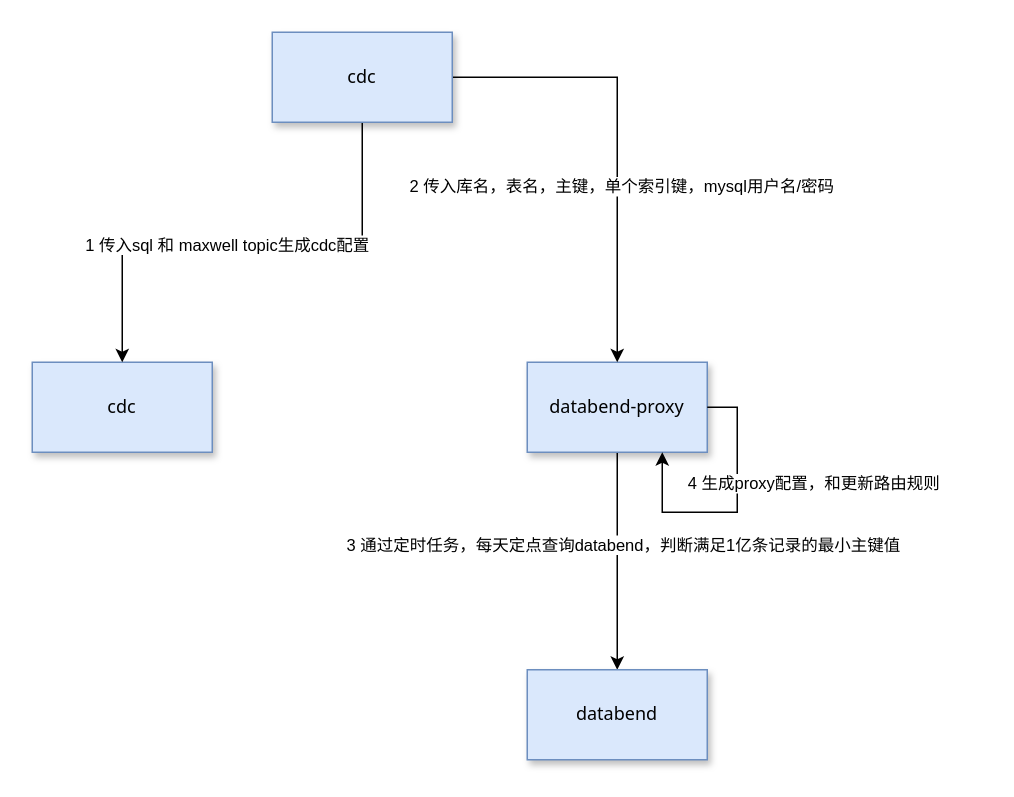
jackjoesh/databend keeps this draw.io diagram as doc/databend-mysql缓存实现设计.drawio. Above is the earlier version. Source tidied: cells renumbered, new cells numbered last; positions are measured from the earlier drawing's top-left corner, leaving out a move shared by most shapes. Both pictures are drawn from the tidied source at 150%, with x=0, y=0 at pixel (32, 32).
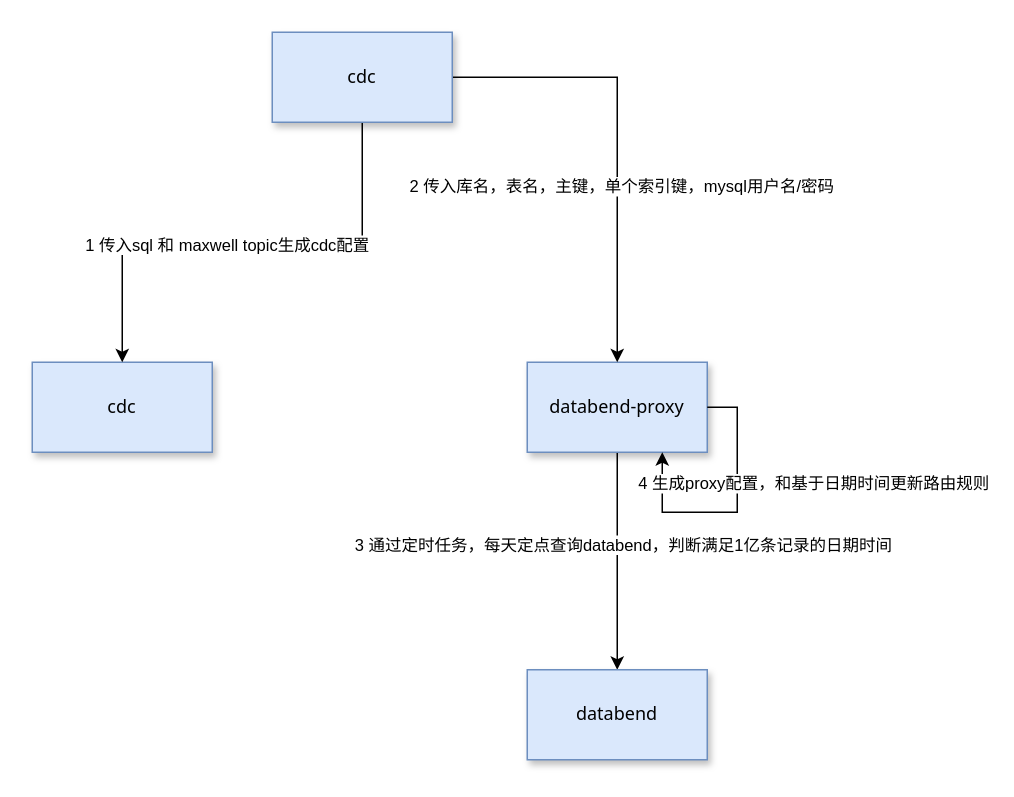
Above is the later version.

Commit message (it also covers changes not shown here):
更新databend-mysql缓存实现设计.drawio

The edit, as a diff of the source:
```diff
@@
 <mxGraphModel>
   <root>
     <mxCell id="0" />
     <mxCell id="1" parent="0" />
     <mxCell id="2" value="cdc" style="rounded=0;whiteSpace=wrap;html=1;fillColor=#dae8fc;strokeColor=#6c8ebf;shadow=1;fontFamily=Tahoma;" parent="1" vertex="1">
       <mxGeometry y="220" width="120" height="60" as="geometry" />
     </mxCell>
     <mxCell id="3" style="edgeStyle=orthogonalEdgeStyle;rounded=0;jettySize=auto;html=1;exitX=0.5;exitY=1;exitDx=0;exitDy=0;entryX=0.5;entryY=0;entryDx=0;entryDy=0;" parent="1" edge="1" source="5" target="6">
       <mxGeometry relative="1" as="geometry" />
     </mxCell>
-    <mxCell id="4" value="3 通过定时任务，每天定点查询databend，判断满足1亿条记录的最小主键值" style="edgeLabel;html=1;align=center;verticalAlign=middle;" parent="3" vertex="1">
+    <mxCell id="4" value="3 通过定时任务，每天定点查询databend，判断满足1亿条记录的日期时间" style="edgeLabel;html=1;align=center;verticalAlign=middle;" parent="3" vertex="1">
       <mxGeometry x="-0.16" y="3" relative="1" as="geometry" />
     </mxCell>
     <mxCell id="5" value="databend-proxy" style="rounded=0;whiteSpace=wrap;html=1;fillColor=#dae8fc;strokeColor=#6c8ebf;shadow=1;fontFamily=Tahoma;" parent="1" vertex="1">
       <mxGeometry x="330" y="220" width="120" height="60" as="geometry" />
     </mxCell>
     <mxCell id="6" value="databend" style="rounded=0;whiteSpace=wrap;html=1;fillColor=#dae8fc;strokeColor=#6c8ebf;shadow=1;fontFamily=Tahoma;" parent="1" vertex="1">
       <mxGeometry x="330" y="425" width="120" height="60" as="geometry" />
     </mxCell>
     <mxCell id="7" style="edgeStyle=orthogonalEdgeStyle;rounded=0;jettySize=auto;html=1;exitX=0.5;exitY=1;exitDx=0;exitDy=0;entryX=0.5;entryY=0;entryDx=0;entryDy=0;" parent="1" edge="1" source="11" target="2">
       <mxGeometry relative="1" as="geometry" />
     </mxCell>
     <mxCell id="8" value="1 传入sql 和 maxwell topic生成cdc配置" style="edgeLabel;html=1;align=center;verticalAlign=middle;" parent="7" vertex="1">
       <mxGeometry x="0.07" y="1" relative="1" as="geometry" />
     </mxCell>
     <mxCell id="9" style="edgeStyle=orthogonalEdgeStyle;rounded=0;jettySize=auto;html=1;exitX=1;exitY=0.5;exitDx=0;exitDy=0;" parent="1" edge="1" source="11" target="5">
       <mxGeometry relative="1" as="geometry" />
     </mxCell>
     <mxCell id="10" value="2 传入库名，表名，主键，单个索引键，mysql用户名/密码" style="edgeLabel;html=1;align=center;verticalAlign=middle;" parent="9" vertex="1">
       <mxGeometry x="0.21" y="2" relative="1" as="geometry" />
     </mxCell>
     <mxCell id="11" value="cdc" style="rounded=0;whiteSpace=wrap;html=1;fillColor=#dae8fc;strokeColor=#6c8ebf;shadow=1;fontFamily=Tahoma;" parent="1" vertex="1">
       <mxGeometry x="160" width="120" height="60" as="geometry" />
     </mxCell>
     <mxCell id="12" style="edgeStyle=orthogonalEdgeStyle;rounded=0;jettySize=auto;html=1;exitX=1;exitY=0.5;exitDx=0;exitDy=0;" parent="1" edge="1" source="5">
       <mxGeometry relative="1" as="geometry">
         <mxPoint x="420" y="280" as="targetPoint" />
         <Array as="points">
           <mxPoint x="470" y="250" />
           <mxPoint x="470" y="320" />
           <mxPoint x="420" y="320" />
         </Array>
       </mxGeometry>
     </mxCell>
-    <mxCell id="13" value="4 生成proxy配置，和更新路由规则" style="edgeLabel;html=1;align=center;verticalAlign=middle;" parent="12" vertex="1">
+    <mxCell id="13" value="4 生成proxy配置，和基于日期时间更新路由规则" style="edgeLabel;html=1;align=center;verticalAlign=middle;" parent="12" vertex="1">
       <mxGeometry x="-0.14" y="-3" relative="1" as="geometry">
         <mxPoint x="53" y="-7" as="offset" />
       </mxGeometry>
     </mxCell>
   </root>
 </mxGraphModel>
```
